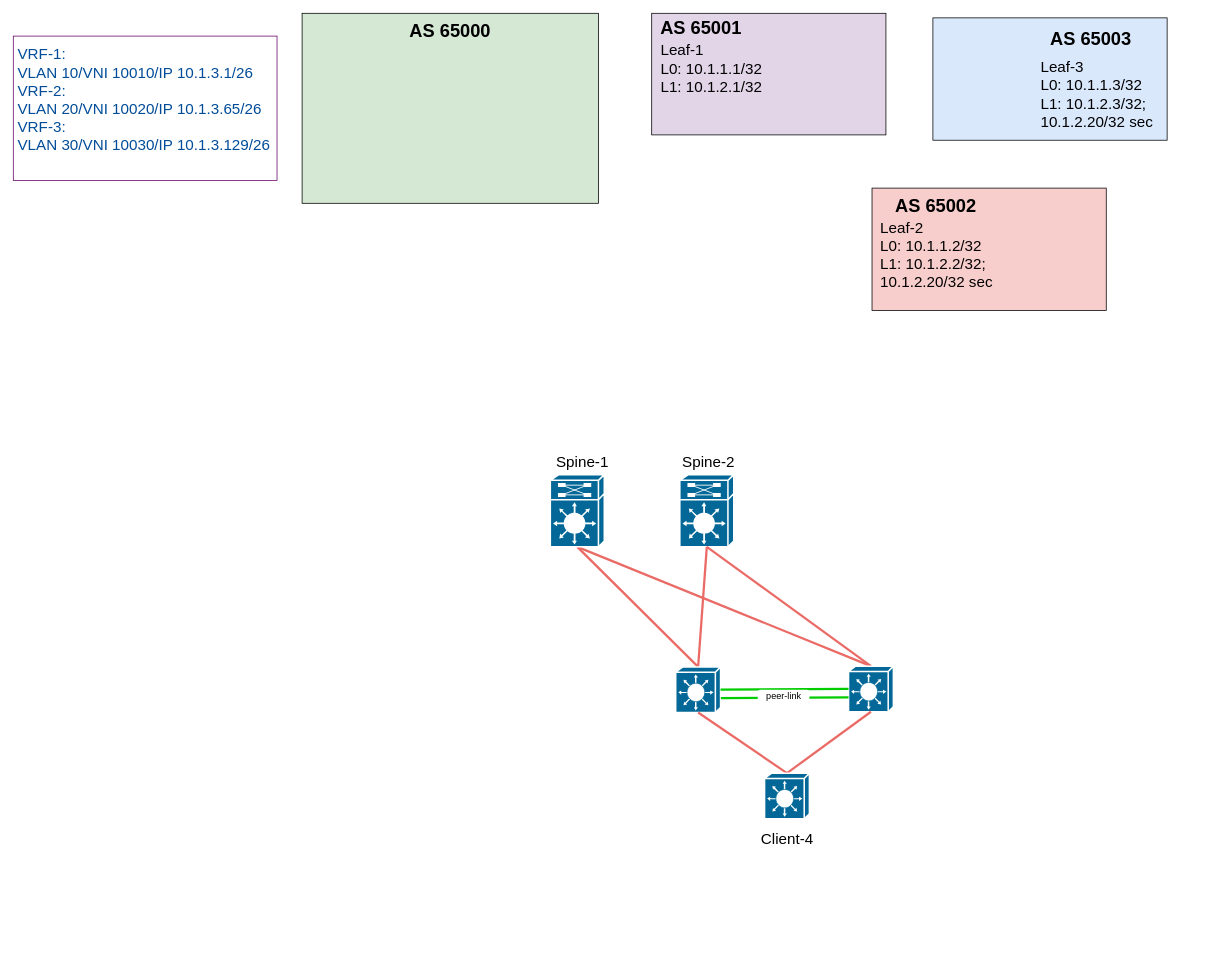
This is Graduate_project/GP_common_topo.drawio from Tema-sudo/OTUS_DC_network_design, a draw.io file, before an edit. Source tidied: cells renumbered, new cells numbered last; positions are measured from the earlier drawing's top-left corner, leaving out a move shared by most shapes. Both pictures are drawn from the tidied source at 76%, with x=0, y=0 at pixel (13, 13).
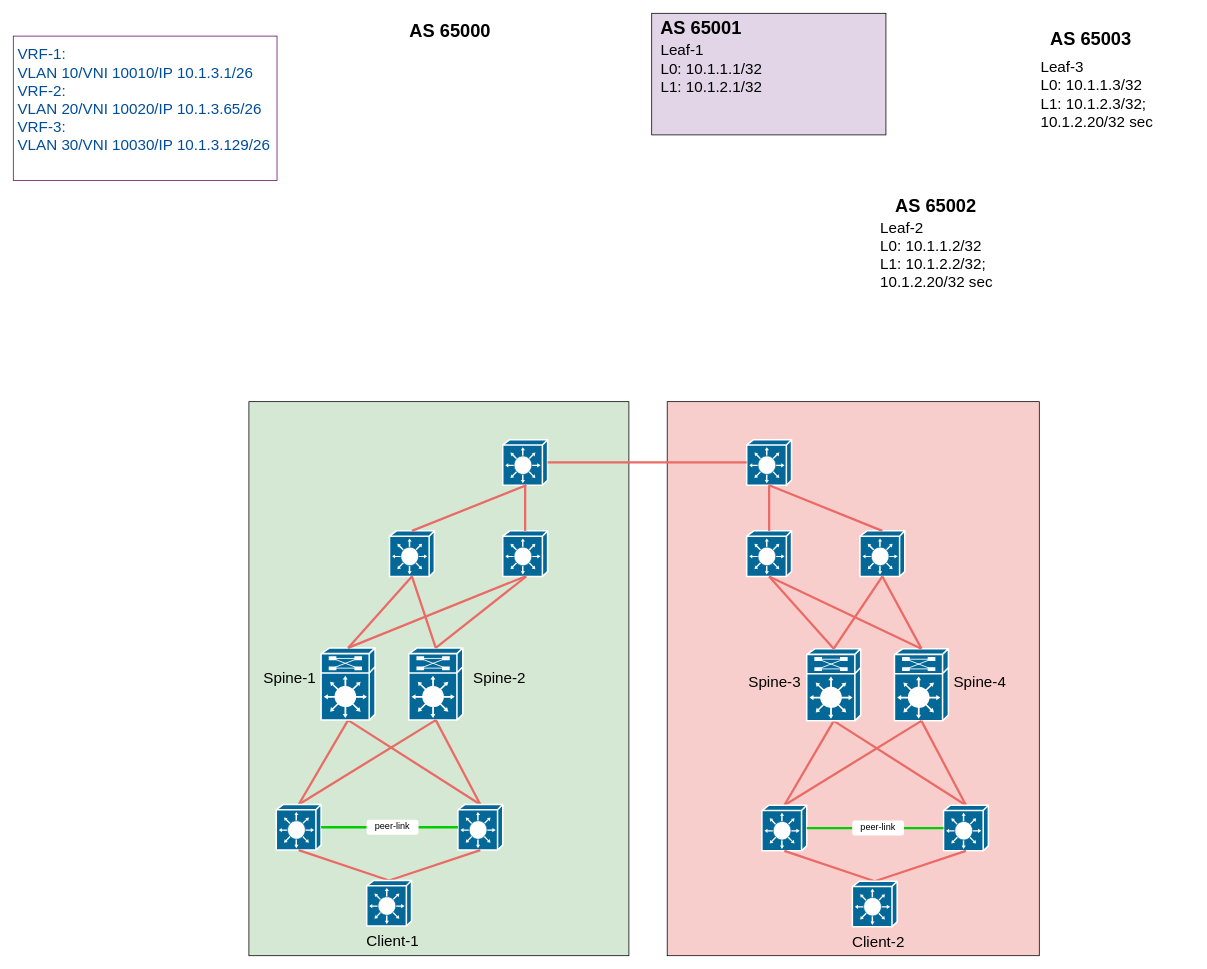
Above is the later version.

The edit, as a diff of the source:
```diff
@@
-    <mxCell id="2" style="rounded=0;whiteSpace=wrap;html=1;fillColor=#dae8fc;strokeColor=#000000;" parent="1" vertex="1">
-      <mxGeometry x="1210" y="6" width="308.2" height="161" as="geometry" />
-    </mxCell>
+    <mxCell id="5" style="rounded=0;whiteSpace=wrap;html=1;fillColor=#d5e8d4;strokeColor=#000000;" parent="1" vertex="1">
+      <mxGeometry x="310" y="511" width="500" height="729" as="geometry" />
+    </mxCell>
     <mxCell id="3" style="rounded=0;whiteSpace=wrap;html=1;fillColor=#f8cecc;strokeColor=#000000;" parent="1" vertex="1">
-      <mxGeometry x="1129.9" y="230" width="308.2" height="161" as="geometry" />
+      <mxGeometry x="860.4" y="511" width="489.6" height="729" as="geometry" />
     </mxCell>
@@
-    <mxCell id="5" style="rounded=0;whiteSpace=wrap;html=1;fillColor=#d5e8d4;strokeColor=#000000;" parent="1" vertex="1">
-      <mxGeometry x="380" width="390" height="250" as="geometry" />
-    </mxCell>
@@
     <mxCell id="7" style="shape=mxgraph.cisco.misc.route_switch_processor;html=1;dashed=0;fillColor=#036897;strokeColor=#ffffff;strokeWidth=2;verticalLabelPosition=bottom;verticalAlign=top;rounded=0;shadow=0;comic=0;fontFamily=Verdana;fontSize=12;" parent="1" vertex="1">
-      <mxGeometry x="877" y="607" width="71" height="95" as="geometry" />
+      <mxGeometry x="520.4" y="835" width="71" height="95" as="geometry" />
     </mxCell>
     <mxCell id="8" value="Spine-1" style="text;html=1;strokeColor=none;fillColor=none;align=center;verticalAlign=middle;whiteSpace=wrap;rounded=0;fontSize=20;fontFamily=Helvetica;horizontal=1;" parent="1" vertex="1">
-      <mxGeometry x="703.6" y="581" width="90" height="16" as="geometry" />
+      <mxGeometry x="319" y="866" width="90" height="16" as="geometry" />
     </mxCell>
@@
     <mxCell id="10" value="Spine-2" style="text;html=1;strokeColor=none;fillColor=none;align=center;verticalAlign=middle;whiteSpace=wrap;rounded=0;fontSize=20;fontFamily=Helvetica;horizontal=1;" parent="1" vertex="1">
-      <mxGeometry x="877" y="576" width="76" height="26" as="geometry" />
+      <mxGeometry x="602" y="861" width="76" height="26" as="geometry" />
     </mxCell>
@@
     <mxCell id="20" style="shape=mxgraph.cisco.misc.route_switch_processor;html=1;dashed=0;fillColor=#036897;strokeColor=#ffffff;strokeWidth=2;verticalLabelPosition=bottom;verticalAlign=top;rounded=0;shadow=0;comic=0;fontFamily=Verdana;fontSize=12;" parent="1" vertex="1">
-      <mxGeometry x="706.6" y="607" width="71" height="95" as="geometry" />
+      <mxGeometry x="405" y="835" width="71" height="95" as="geometry" />
     </mxCell>
     <mxCell id="21" style="shape=mxgraph.cisco.switches.layer_3_switch;sketch=0;html=1;dashed=0;fillColor=#036897;strokeColor=#ffffff;strokeWidth=2;verticalLabelPosition=bottom;verticalAlign=top;align=center;outlineConnect=0;hachureGap=4;jiggle=2;curveFitting=1;fontFamily=Architects Daughter;fontSize=20;" parent="1" vertex="1">
-      <mxGeometry x="871.6" y="860" width="59" height="60" as="geometry" />
+      <mxGeometry x="346" y="1041" width="59" height="60" as="geometry" />
     </mxCell>
     <mxCell id="22" style="shape=mxgraph.cisco.switches.layer_3_switch;sketch=0;html=1;dashed=0;fillColor=#036897;strokeColor=#ffffff;strokeWidth=2;verticalLabelPosition=bottom;verticalAlign=top;align=center;outlineConnect=0;hachureGap=4;jiggle=2;curveFitting=1;fontFamily=Architects Daughter;fontSize=20;" parent="1" vertex="1">
-      <mxGeometry x="1099" y="859" width="59" height="60" as="geometry" />
+      <mxGeometry x="585" y="1041" width="59" height="60" as="geometry" />
     </mxCell>
@@
-    <mxCell id="27" style="edgeStyle=none;rounded=0;hachureGap=4;jettySize=auto;html=1;fontFamily=Architects Daughter;fontSize=16;strokeColor=#00CC00;endArrow=none;endFill=0;strokeWidth=3;entryX=0;entryY=0.5;entryDx=0;entryDy=0;entryPerimeter=0;" parent="1" edge="1" source="21" target="22">
+    <mxCell id="27" style="edgeStyle=none;rounded=0;hachureGap=4;jettySize=auto;html=1;fontFamily=Architects Daughter;fontSize=16;strokeColor=#00CC00;endArrow=none;endFill=0;strokeWidth=3;entryX=0;entryY=0.5;entryDx=0;entryDy=0;entryPerimeter=0;" parent="1" edge="1" source="29" target="22">
       <mxGeometry relative="1" as="geometry" />
     </mxCell>
-    <mxCell id="28" style="edgeStyle=none;rounded=0;hachureGap=4;orthogonalLoop=1;jettySize=auto;html=1;fontFamily=Architects Daughter;fontSize=16;strokeColor=#00CC00;endArrow=none;endFill=0;strokeWidth=3;entryX=0;entryY=0.5;entryDx=0;entryDy=0;entryPerimeter=0;" parent="1" edge="1">
-      <mxGeometry relative="1" as="geometry">
-        <mxPoint x="931" y="901" as="sourcePoint" />
-        <mxPoint x="1099" y="900" as="targetPoint" />
-      </mxGeometry>
-    </mxCell>
-    <mxCell id="29" value="&lt;font style=&quot;font-size: 12px;&quot;&gt;peer-link&lt;/font&gt;" style="text;html=1;strokeColor=none;fillColor=default;align=center;verticalAlign=bottom;whiteSpace=wrap;rounded=1;fontSize=20;fontFamily=Helvetica;horizontal=1;gradientColor=none;fillStyle=auto;glass=0;" parent="1" vertex="1">
-      <mxGeometry x="979.5" y="890" width="68" height="20" as="geometry" />
-    </mxCell>
     <mxCell id="30" style="shape=mxgraph.cisco.switches.layer_3_switch;sketch=0;html=1;dashed=0;fillColor=#036897;strokeColor=#ffffff;strokeWidth=2;verticalLabelPosition=bottom;verticalAlign=top;align=center;outlineConnect=0;hachureGap=4;jiggle=2;curveFitting=1;fontFamily=Architects Daughter;fontSize=20;" parent="1" vertex="1">
-      <mxGeometry x="988.5" y="999.8" width="59" height="60" as="geometry" />
+      <mxGeometry x="465" y="1141" width="59" height="60" as="geometry" />
     </mxCell>
-    <mxCell id="31" value="Client-4" style="text;html=1;strokeColor=none;fillColor=none;align=center;verticalAlign=middle;whiteSpace=wrap;rounded=0;fontSize=20;fontFamily=Helvetica;horizontal=1;" parent="1" vertex="1">
-      <mxGeometry x="973.8" y="1068.5" width="88.5" height="32.5" as="geometry" />
+    <mxCell id="31" value="Client-1" style="text;html=1;strokeColor=none;fillColor=none;align=center;verticalAlign=middle;whiteSpace=wrap;rounded=0;fontSize=20;fontFamily=Helvetica;horizontal=1;" parent="1" vertex="1">
+      <mxGeometry x="454.8" y="1209.8" width="88.5" height="20.5" as="geometry" />
     </mxCell>
+    <mxCell id="32" style="edgeStyle=none;rounded=0;hachureGap=4;jettySize=auto;html=1;fontFamily=Architects Daughter;fontSize=16;strokeColor=#00CC00;endArrow=none;endFill=0;strokeWidth=3;entryX=0;entryY=0.5;entryDx=0;entryDy=0;entryPerimeter=0;" parent="1" edge="1" source="21" target="29">
+      <mxGeometry relative="1" as="geometry" />
+    </mxCell>
+    <mxCell id="29" value="&lt;font style=&quot;font-size: 12px;&quot;&gt;peer-link&lt;/font&gt;" style="text;html=1;strokeColor=none;fillColor=default;align=center;verticalAlign=bottom;whiteSpace=wrap;rounded=1;fontSize=20;fontFamily=Helvetica;horizontal=1;gradientColor=none;fillStyle=auto;glass=0;" parent="1" vertex="1">
+      <mxGeometry x="465" y="1061" width="68" height="20" as="geometry" />
+    </mxCell>
+    <mxCell id="33" style="shape=mxgraph.cisco.switches.layer_3_switch;sketch=0;html=1;dashed=0;fillColor=#036897;strokeColor=#ffffff;strokeWidth=2;verticalLabelPosition=bottom;verticalAlign=top;align=center;outlineConnect=0;hachureGap=4;jiggle=2;curveFitting=1;fontFamily=Architects Daughter;fontSize=20;" parent="1" vertex="1">
+      <mxGeometry x="644" y="681" width="59" height="60" as="geometry" />
+    </mxCell>
+    <mxCell id="34" style="shape=mxgraph.cisco.switches.layer_3_switch;sketch=0;html=1;dashed=0;fillColor=#036897;strokeColor=#ffffff;strokeWidth=2;verticalLabelPosition=bottom;verticalAlign=top;align=center;outlineConnect=0;hachureGap=4;jiggle=2;curveFitting=1;fontFamily=Architects Daughter;fontSize=20;" parent="1" vertex="1">
+      <mxGeometry x="495" y="681" width="59" height="60" as="geometry" />
+    </mxCell>
+    <mxCell id="35" style="shape=mxgraph.cisco.switches.layer_3_switch;sketch=0;html=1;dashed=0;fillColor=#036897;strokeColor=#ffffff;strokeWidth=2;verticalLabelPosition=bottom;verticalAlign=top;align=center;outlineConnect=0;hachureGap=4;jiggle=2;curveFitting=1;fontFamily=Architects Daughter;fontSize=20;" parent="1" vertex="1">
+      <mxGeometry x="644" y="561" width="59" height="60" as="geometry" />
+    </mxCell>
+    <mxCell id="36" style="shape=mxgraph.cisco.switches.layer_3_switch;sketch=0;html=1;dashed=0;fillColor=#036897;strokeColor=#ffffff;strokeWidth=2;verticalLabelPosition=bottom;verticalAlign=top;align=center;outlineConnect=0;hachureGap=4;jiggle=2;curveFitting=1;fontFamily=Architects Daughter;fontSize=20;" parent="1" vertex="1">
+      <mxGeometry x="1114" y="681" width="59" height="60" as="geometry" />
+    </mxCell>
+    <mxCell id="37" style="shape=mxgraph.cisco.switches.layer_3_switch;sketch=0;html=1;dashed=0;fillColor=#036897;strokeColor=#ffffff;strokeWidth=2;verticalLabelPosition=bottom;verticalAlign=top;align=center;outlineConnect=0;hachureGap=4;jiggle=2;curveFitting=1;fontFamily=Architects Daughter;fontSize=20;" parent="1" vertex="1">
+      <mxGeometry x="965" y="681" width="59" height="60" as="geometry" />
+    </mxCell>
+    <mxCell id="38" style="shape=mxgraph.cisco.switches.layer_3_switch;sketch=0;html=1;dashed=0;fillColor=#036897;strokeColor=#ffffff;strokeWidth=2;verticalLabelPosition=bottom;verticalAlign=top;align=center;outlineConnect=0;hachureGap=4;jiggle=2;curveFitting=1;fontFamily=Architects Daughter;fontSize=20;" parent="1" vertex="1">
+      <mxGeometry x="965" y="561" width="59" height="60" as="geometry" />
+    </mxCell>
+    <mxCell id="39" style="edgeStyle=none;rounded=0;hachureGap=4;jettySize=auto;html=1;exitX=0.5;exitY=0;exitDx=0;exitDy=0;exitPerimeter=0;entryX=0.5;entryY=1;entryDx=0;entryDy=0;entryPerimeter=0;fontFamily=Architects Daughter;fontSize=16;strokeWidth=3;strokeColor=#EA6B66;endArrow=none;endFill=0;" parent="1" edge="1" source="48" target="46">
+      <mxGeometry relative="1" as="geometry" />
+    </mxCell>
+    <mxCell id="40" style="shape=mxgraph.cisco.misc.route_switch_processor;html=1;dashed=0;fillColor=#036897;strokeColor=#ffffff;strokeWidth=2;verticalLabelPosition=bottom;verticalAlign=top;rounded=0;shadow=0;comic=0;fontFamily=Verdana;fontSize=12;" parent="1" vertex="1">
+      <mxGeometry x="1159.4" y="836" width="71" height="95" as="geometry" />
+    </mxCell>
+    <mxCell id="41" value="Spine-3" style="text;html=1;strokeColor=none;fillColor=none;align=center;verticalAlign=middle;whiteSpace=wrap;rounded=0;fontSize=20;fontFamily=Helvetica;horizontal=1;" parent="1" vertex="1">
+      <mxGeometry x="956.5" y="871" width="90" height="16" as="geometry" />
+    </mxCell>
+    <mxCell id="42" value="Spine-4" style="text;html=1;strokeColor=none;fillColor=none;align=center;verticalAlign=middle;whiteSpace=wrap;rounded=0;fontSize=20;fontFamily=Helvetica;horizontal=1;" parent="1" vertex="1">
+      <mxGeometry x="1234" y="866" width="76" height="26" as="geometry" />
+    </mxCell>
+    <mxCell id="43" style="edgeStyle=none;rounded=0;hachureGap=4;jettySize=auto;html=1;exitX=0.5;exitY=0;exitDx=0;exitDy=0;exitPerimeter=0;entryX=0.5;entryY=1;entryDx=0;entryDy=0;entryPerimeter=0;fontFamily=Architects Daughter;fontSize=16;endArrow=none;endFill=0;strokeWidth=3;strokeColor=#EA6B66;" parent="1" edge="1" source="48" target="40">
+      <mxGeometry relative="1" as="geometry" />
+    </mxCell>
+    <mxCell id="44" style="edgeStyle=none;rounded=0;hachureGap=4;jettySize=auto;html=1;exitX=0.5;exitY=0;exitDx=0;exitDy=0;exitPerimeter=0;entryX=0.5;entryY=1;entryDx=0;entryDy=0;entryPerimeter=0;fontFamily=Architects Daughter;fontSize=16;endArrow=none;endFill=0;strokeColor=#EA6B66;strokeWidth=3;" parent="1" edge="1" source="47" target="40">
+      <mxGeometry relative="1" as="geometry" />
+    </mxCell>
+    <mxCell id="45" style="edgeStyle=none;rounded=0;hachureGap=4;jettySize=auto;html=1;exitX=0.5;exitY=0;exitDx=0;exitDy=0;exitPerimeter=0;fontFamily=Architects Daughter;fontSize=16;endArrow=none;endFill=0;strokeWidth=3;strokeColor=#EA6B66;entryX=0.5;entryY=1;entryDx=0;entryDy=0;entryPerimeter=0;" parent="1" edge="1" source="47" target="46">
+      <mxGeometry relative="1" as="geometry" />
+    </mxCell>
+    <mxCell id="46" style="shape=mxgraph.cisco.misc.route_switch_processor;html=1;dashed=0;fillColor=#036897;strokeColor=#ffffff;strokeWidth=2;verticalLabelPosition=bottom;verticalAlign=top;rounded=0;shadow=0;comic=0;fontFamily=Verdana;fontSize=12;" parent="1" vertex="1">
+      <mxGeometry x="1044" y="836" width="71" height="95" as="geometry" />
+    </mxCell>
+    <mxCell id="47" style="shape=mxgraph.cisco.switches.layer_3_switch;sketch=0;html=1;dashed=0;fillColor=#036897;strokeColor=#ffffff;strokeWidth=2;verticalLabelPosition=bottom;verticalAlign=top;align=center;outlineConnect=0;hachureGap=4;jiggle=2;curveFitting=1;fontFamily=Architects Daughter;fontSize=20;" parent="1" vertex="1">
+      <mxGeometry x="985" y="1042" width="59" height="60" as="geometry" />
+    </mxCell>
+    <mxCell id="48" style="shape=mxgraph.cisco.switches.layer_3_switch;sketch=0;html=1;dashed=0;fillColor=#036897;strokeColor=#ffffff;strokeWidth=2;verticalLabelPosition=bottom;verticalAlign=top;align=center;outlineConnect=0;hachureGap=4;jiggle=2;curveFitting=1;fontFamily=Architects Daughter;fontSize=20;" parent="1" vertex="1">
+      <mxGeometry x="1224" y="1042" width="59" height="60" as="geometry" />
+    </mxCell>
+    <mxCell id="49" style="edgeStyle=none;rounded=0;hachureGap=4;jettySize=auto;html=1;exitX=0.5;exitY=0;exitDx=0;exitDy=0;exitPerimeter=0;fontFamily=Architects Daughter;fontSize=16;strokeColor=#EA6B66;endArrow=none;endFill=0;strokeWidth=3;entryX=0.5;entryY=1;entryDx=0;entryDy=0;entryPerimeter=0;" parent="1" edge="1" source="52" target="48">
+      <mxGeometry relative="1" as="geometry" />
+    </mxCell>
+    <mxCell id="50" style="edgeStyle=none;rounded=0;hachureGap=4;jettySize=auto;html=1;fontFamily=Architects Daughter;fontSize=16;strokeColor=#EA6B66;endArrow=none;endFill=0;strokeWidth=3;entryX=0.5;entryY=0;entryDx=0;entryDy=0;entryPerimeter=0;exitX=0.5;exitY=1;exitDx=0;exitDy=0;exitPerimeter=0;" parent="1" edge="1" source="47" target="52">
+      <mxGeometry relative="1" as="geometry" />
+    </mxCell>
+    <mxCell id="51" style="edgeStyle=none;rounded=0;hachureGap=4;jettySize=auto;html=1;fontFamily=Architects Daughter;fontSize=16;strokeColor=#00CC00;endArrow=none;endFill=0;strokeWidth=3;entryX=0;entryY=0.5;entryDx=0;entryDy=0;entryPerimeter=0;" parent="1" edge="1" source="55" target="48">
+      <mxGeometry relative="1" as="geometry" />
+    </mxCell>
+    <mxCell id="52" style="shape=mxgraph.cisco.switches.layer_3_switch;sketch=0;html=1;dashed=0;fillColor=#036897;strokeColor=#ffffff;strokeWidth=2;verticalLabelPosition=bottom;verticalAlign=top;align=center;outlineConnect=0;hachureGap=4;jiggle=2;curveFitting=1;fontFamily=Architects Daughter;fontSize=20;" parent="1" vertex="1">
+      <mxGeometry x="1104" y="1142" width="59" height="60" as="geometry" />
+    </mxCell>
+    <mxCell id="53" value="Client-2" style="text;html=1;strokeColor=none;fillColor=none;align=center;verticalAlign=middle;whiteSpace=wrap;rounded=0;fontSize=20;fontFamily=Helvetica;horizontal=1;" parent="1" vertex="1">
+      <mxGeometry x="1093.8" y="1210.8" width="88.5" height="20.5" as="geometry" />
+    </mxCell>
+    <mxCell id="54" style="edgeStyle=none;rounded=0;hachureGap=4;jettySize=auto;html=1;fontFamily=Architects Daughter;fontSize=16;strokeColor=#00CC00;endArrow=none;endFill=0;strokeWidth=3;entryX=0;entryY=0.5;entryDx=0;entryDy=0;entryPerimeter=0;" parent="1" edge="1" source="47" target="55">
+      <mxGeometry relative="1" as="geometry" />
+    </mxCell>
+    <mxCell id="55" value="&lt;font style=&quot;font-size: 12px;&quot;&gt;peer-link&lt;/font&gt;" style="text;html=1;strokeColor=none;fillColor=default;align=center;verticalAlign=bottom;whiteSpace=wrap;rounded=1;fontSize=20;fontFamily=Helvetica;horizontal=1;gradientColor=none;fillStyle=auto;glass=0;" parent="1" vertex="1">
+      <mxGeometry x="1104" y="1062" width="68" height="20" as="geometry" />
+    </mxCell>
+    <mxCell id="56" style="edgeStyle=none;rounded=0;hachureGap=4;jettySize=auto;html=1;exitX=0.5;exitY=1;exitDx=0;exitDy=0;exitPerimeter=0;entryX=0.5;entryY=0;entryDx=0;entryDy=0;entryPerimeter=0;fontFamily=Architects Daughter;fontSize=16;endArrow=none;endFill=0;strokeWidth=3;strokeColor=#EA6B66;" parent="1" edge="1" source="34" target="20">
+      <mxGeometry relative="1" as="geometry" />
+    </mxCell>
+    <mxCell id="57" style="edgeStyle=none;rounded=0;hachureGap=4;jettySize=auto;html=1;exitX=0.5;exitY=1;exitDx=0;exitDy=0;exitPerimeter=0;entryX=0.5;entryY=0;entryDx=0;entryDy=0;entryPerimeter=0;fontFamily=Architects Daughter;fontSize=16;endArrow=none;endFill=0;strokeWidth=3;strokeColor=#EA6B66;" parent="1" edge="1" source="33" target="20">
+      <mxGeometry relative="1" as="geometry" />
+    </mxCell>
+    <mxCell id="58" style="edgeStyle=none;rounded=0;hachureGap=4;jettySize=auto;html=1;exitX=0.5;exitY=1;exitDx=0;exitDy=0;exitPerimeter=0;entryX=0.5;entryY=0;entryDx=0;entryDy=0;entryPerimeter=0;fontFamily=Architects Daughter;fontSize=16;endArrow=none;endFill=0;strokeWidth=3;strokeColor=#EA6B66;" parent="1" edge="1" source="34" target="7">
+      <mxGeometry relative="1" as="geometry" />
+    </mxCell>
+    <mxCell id="59" style="edgeStyle=none;rounded=0;hachureGap=4;jettySize=auto;html=1;entryX=0.5;entryY=0;entryDx=0;entryDy=0;entryPerimeter=0;fontFamily=Architects Daughter;fontSize=16;endArrow=none;endFill=0;strokeWidth=3;strokeColor=#EA6B66;" parent="1" edge="1" target="7">
+      <mxGeometry relative="1" as="geometry">
+        <mxPoint x="675" y="741" as="sourcePoint" />
+      </mxGeometry>
+    </mxCell>
+    <mxCell id="60" style="edgeStyle=none;rounded=0;hachureGap=4;jettySize=auto;html=1;entryX=0.5;entryY=0;entryDx=0;entryDy=0;entryPerimeter=0;fontFamily=Architects Daughter;fontSize=16;endArrow=none;endFill=0;strokeWidth=3;strokeColor=#EA6B66;exitX=0.5;exitY=1;exitDx=0;exitDy=0;exitPerimeter=0;" parent="1" edge="1" source="35" target="33">
+      <mxGeometry relative="1" as="geometry" />
+    </mxCell>
+    <mxCell id="61" style="edgeStyle=none;rounded=0;hachureGap=4;jettySize=auto;html=1;exitX=0;exitY=0.5;exitDx=0;exitDy=0;exitPerimeter=0;entryX=1;entryY=0.5;entryDx=0;entryDy=0;entryPerimeter=0;fontFamily=Architects Daughter;fontSize=16;endArrow=none;endFill=0;strokeWidth=3;strokeColor=#EA6B66;" parent="1" edge="1" source="38" target="35">
+      <mxGeometry relative="1" as="geometry" />
+    </mxCell>
+    <mxCell id="62" style="edgeStyle=none;rounded=0;hachureGap=4;jettySize=auto;html=1;exitX=0.5;exitY=1;exitDx=0;exitDy=0;exitPerimeter=0;entryX=0.5;entryY=0;entryDx=0;entryDy=0;entryPerimeter=0;fontFamily=Architects Daughter;fontSize=16;endArrow=none;endFill=0;strokeWidth=3;strokeColor=#EA6B66;" parent="1" edge="1" source="38" target="37">
+      <mxGeometry relative="1" as="geometry" />
+    </mxCell>
+    <mxCell id="63" style="edgeStyle=none;rounded=0;hachureGap=4;jettySize=auto;html=1;exitX=0.5;exitY=1;exitDx=0;exitDy=0;exitPerimeter=0;entryX=0.5;entryY=0;entryDx=0;entryDy=0;entryPerimeter=0;fontFamily=Architects Daughter;fontSize=16;endArrow=none;endFill=0;strokeWidth=3;strokeColor=#EA6B66;" parent="1" edge="1" source="38" target="36">
+      <mxGeometry relative="1" as="geometry" />
+    </mxCell>
+    <mxCell id="64" style="edgeStyle=none;rounded=0;hachureGap=4;jettySize=auto;html=1;exitX=0.5;exitY=1;exitDx=0;exitDy=0;exitPerimeter=0;fontFamily=Architects Daughter;fontSize=16;endArrow=none;endFill=0;strokeWidth=3;strokeColor=#EA6B66;entryX=0.5;entryY=0;entryDx=0;entryDy=0;entryPerimeter=0;" parent="1" edge="1" source="37" target="46">
+      <mxGeometry relative="1" as="geometry" />
+    </mxCell>
+    <mxCell id="65" style="edgeStyle=none;rounded=0;hachureGap=4;jettySize=auto;html=1;fontFamily=Architects Daughter;fontSize=16;endArrow=none;endFill=0;strokeWidth=3;strokeColor=#EA6B66;entryX=0.5;entryY=0;entryDx=0;entryDy=0;entryPerimeter=0;exitX=0.5;exitY=1;exitDx=0;exitDy=0;exitPerimeter=0;" parent="1" edge="1" source="36" target="46">
+      <mxGeometry relative="1" as="geometry" />
+    </mxCell>
+    <mxCell id="66" style="edgeStyle=none;rounded=0;hachureGap=4;jettySize=auto;html=1;fontFamily=Architects Daughter;fontSize=16;endArrow=none;endFill=0;strokeWidth=3;strokeColor=#EA6B66;entryX=0.5;entryY=0;entryDx=0;entryDy=0;entryPerimeter=0;exitX=0.5;exitY=1;exitDx=0;exitDy=0;exitPerimeter=0;" parent="1" edge="1" source="37" target="40">
+      <mxGeometry relative="1" as="geometry" />
+    </mxCell>
+    <mxCell id="67" style="edgeStyle=none;rounded=0;hachureGap=4;jettySize=auto;html=1;fontFamily=Architects Daughter;fontSize=16;endArrow=none;endFill=0;strokeWidth=3;strokeColor=#EA6B66;entryX=0.5;entryY=0;entryDx=0;entryDy=0;entryPerimeter=0;exitX=0.5;exitY=1;exitDx=0;exitDy=0;exitPerimeter=0;" parent="1" edge="1" source="36" target="40">
+      <mxGeometry relative="1" as="geometry" />
+    </mxCell>
+    <mxCell id="68" style="edgeStyle=none;rounded=0;hachureGap=4;jettySize=auto;html=1;fontFamily=Architects Daughter;fontSize=16;endArrow=none;endFill=0;strokeWidth=3;strokeColor=#EA6B66;entryX=0.5;entryY=0;entryDx=0;entryDy=0;entryPerimeter=0;" parent="1" edge="1" target="34">
+      <mxGeometry relative="1" as="geometry">
+        <mxPoint x="675" y="621" as="sourcePoint" />
+      </mxGeometry>
+    </mxCell>
```
